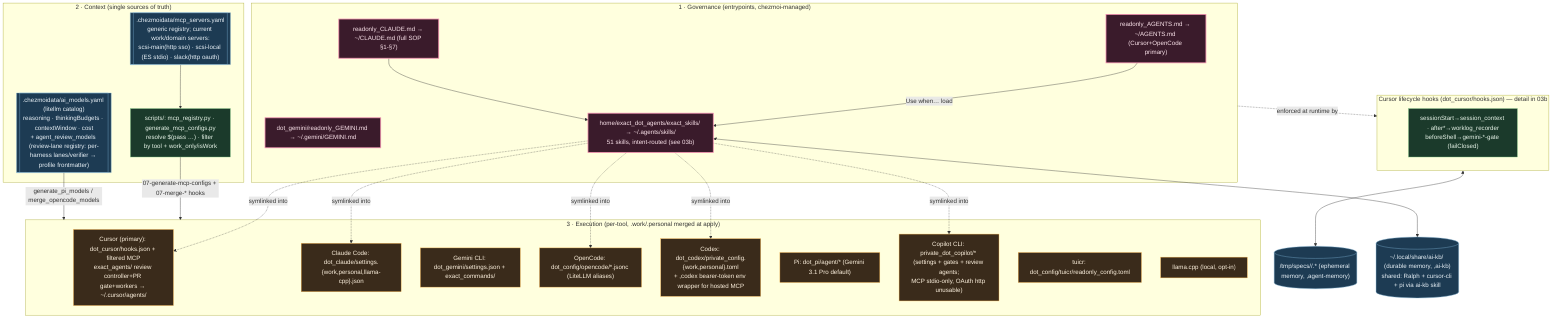
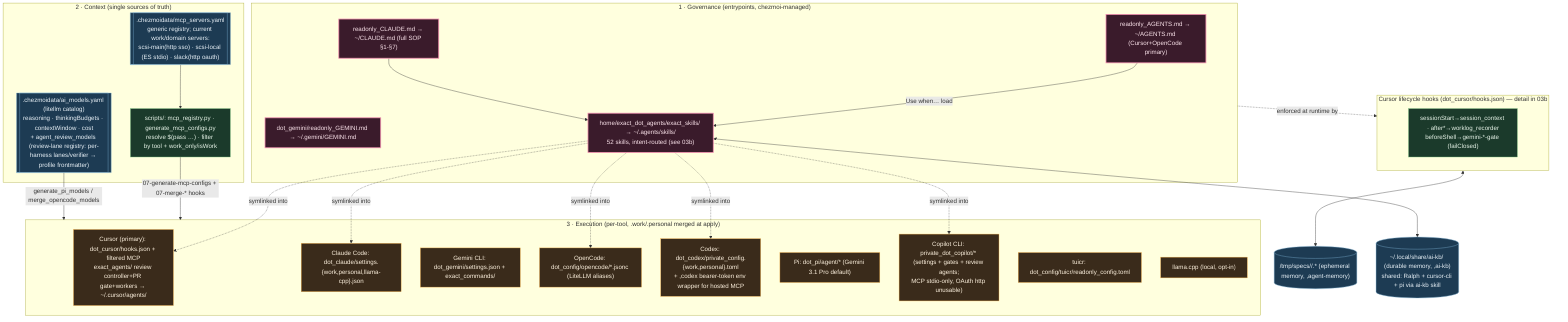
%% ============================================================================
%% 03-agentic-os.mmd — Agentic OS: governance + context + execution layers.
%% Entry SOPs + MCP/model registries + per-tool config generation.
%% Skills/hooks file-level detail → 03b. Per-tool config files → 12.
%% ============================================================================
flowchart TB
    classDef gov fill:#3a1b2b,stroke:#f48fb1,color:#fce4ec,stroke-width:2px;
    classDef ctx fill:#1b3a2b,stroke:#81c784,color:#e8f5e9;
    classDef exec fill:#3a2b1b,stroke:#ffb74d,color:#fff3e0;
    classDef data fill:#1d3b53,stroke:#7fb3d5,color:#eaf2f8;

    subgraph GOV["1 · Governance (entrypoints, chezmoi-managed)"]
        AG["readonly_AGENTS.md → ~/AGENTS.md (Cursor+OpenCode primary)"]:::gov
        CL["readonly_CLAUDE.md → ~/CLAUDE.md (full SOP §1-§7)"]:::gov
        GM["dot_gemini/readonly_GEMINI.md → ~/.gemini/GEMINI.md"]:::gov
-         SK["home/exact_dot_agents/exact_skills/ → ~/.agents/skills/<br/>51 skills, intent-routed (see 03b)"]:::gov
+         SK["home/exact_dot_agents/exact_skills/ → ~/.agents/skills/<br/>52 skills, intent-routed (see 03b)"]:::gov
        AG -->|Use when… load| SK
        CL --> SK
    end

    subgraph CTX["2 · Context (single sources of truth)"]
        REG[[".chezmoidata/mcp_servers.yaml<br/>generic registry; current work/domain servers:<br/>scsi-main(http sso) · scsi-local (ES stdio) · slack(http oauth)"]]:::data
        MODELS[[".chezmoidata/ai_models.yaml (litellm catalog)<br/>reasoning · thinkingBudgets · contextWindow · cost<br/>+ agent_review_models (review-lane registry: per-harness lanes/verifier → profile frontmatter)"]]:::data
        GEN["scripts/: mcp_registry.py · generate_mcp_configs.py<br/>resolve $(pass …) · filter by tool + work_only/isWork"]:::ctx
        REG --> GEN
    end

    subgraph EXECL["3 · Execution (per-tool, .work/.personal merged at apply)"]
        CURSOR["Cursor (primary): dot_cursor/hooks.json + filtered MCP<br/>exact_agents/ review controller+PR gate+workers → ~/.cursor/agents/"]:::exec
        CLAUDE["Claude Code: dot_claude/settings.{work,personal,llama-cpp}.json"]:::exec
        GEMINI["Gemini CLI: dot_gemini/settings.json + exact_commands/"]:::exec
        OPENCODE["OpenCode: dot_config/opencode/*.jsonc (LiteLLM aliases)"]:::exec
        CODEX["Codex: dot_codex/private_config.{work,personal}.toml<br/>+ ,codex bearer-token env wrapper for hosted MCP"]:::exec
        PI["Pi: dot_pi/agent/* (Gemini 3.1 Pro default)"]:::exec
        COPILOT["Copilot CLI: private_dot_copilot/* (settings + gates + review agents;<br/>MCP stdio-only, OAuth http unusable)"]:::exec
        TUICR["tuicr: dot_config/tuicr/readonly_config.toml"]:::exec
        LOCAL["llama.cpp (local, opt-in)"]:::exec
    end

    GEN -->|07-generate-mcp-configs + 07-merge-* hooks| EXECL
    MODELS -->|generate_pi_models / merge_opencode_models| EXECL
    SK -. symlinked into .-> CURSOR & CLAUDE & OPENCODE & CODEX & COPILOT

    subgraph HOOKS["Cursor lifecycle hooks (dot_cursor/hooks.json) — detail in 03b"]
        H["sessionStart→session_context · after*→worklog_recorder<br/>beforeShell→gemini-*-gate (failClosed)"]:::ctx
    end
    GOV -.enforced at runtime by.-> HOOKS
    MEM[("/tmp/specs/<pwd>/<topic>.* (ephemeral memory, ,agent-memory)")]:::data
    HOOKS <--> MEM
    KBDB[("~/.local/share/ai-kb/ (durable memory, ,ai-kb)<br/>shared: Ralph + cursor-cli + pi via ai-kb skill")]:::data
    SK <--> KBDB
